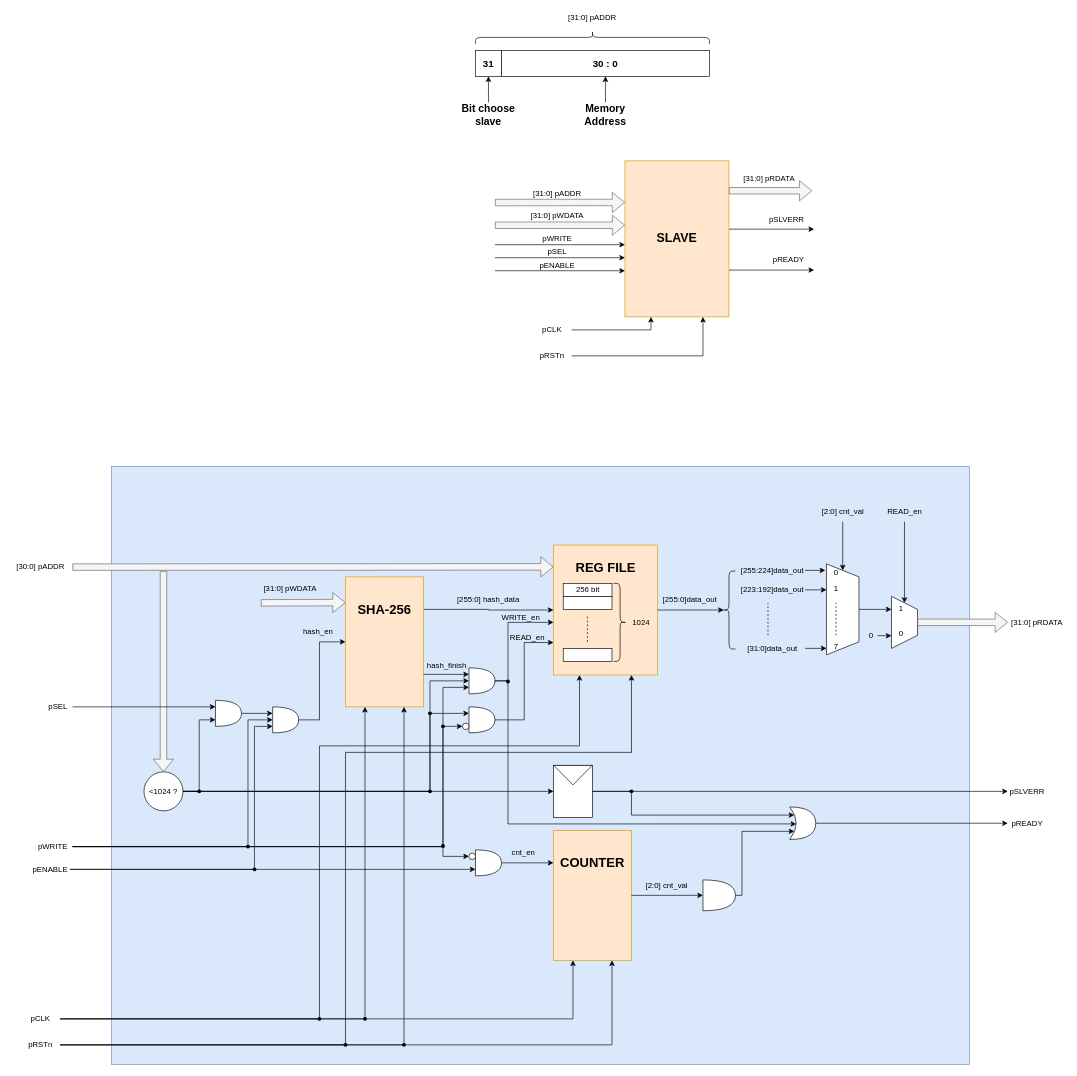
KimBao1912/APB_SHA256 keeps this draw.io diagram as page "APB_Slave" (8 of 8) of Diagram/Diagram.drawio. Above is the earlier version. Source tidied: cells renumbered, new cells numbered last; positions are measured from the earlier drawing's top-left corner, leaving out a move shared by most shapes. Both pictures are drawn from the tidied source at 65%, with x=0, y=0 at pixel (11, 11).
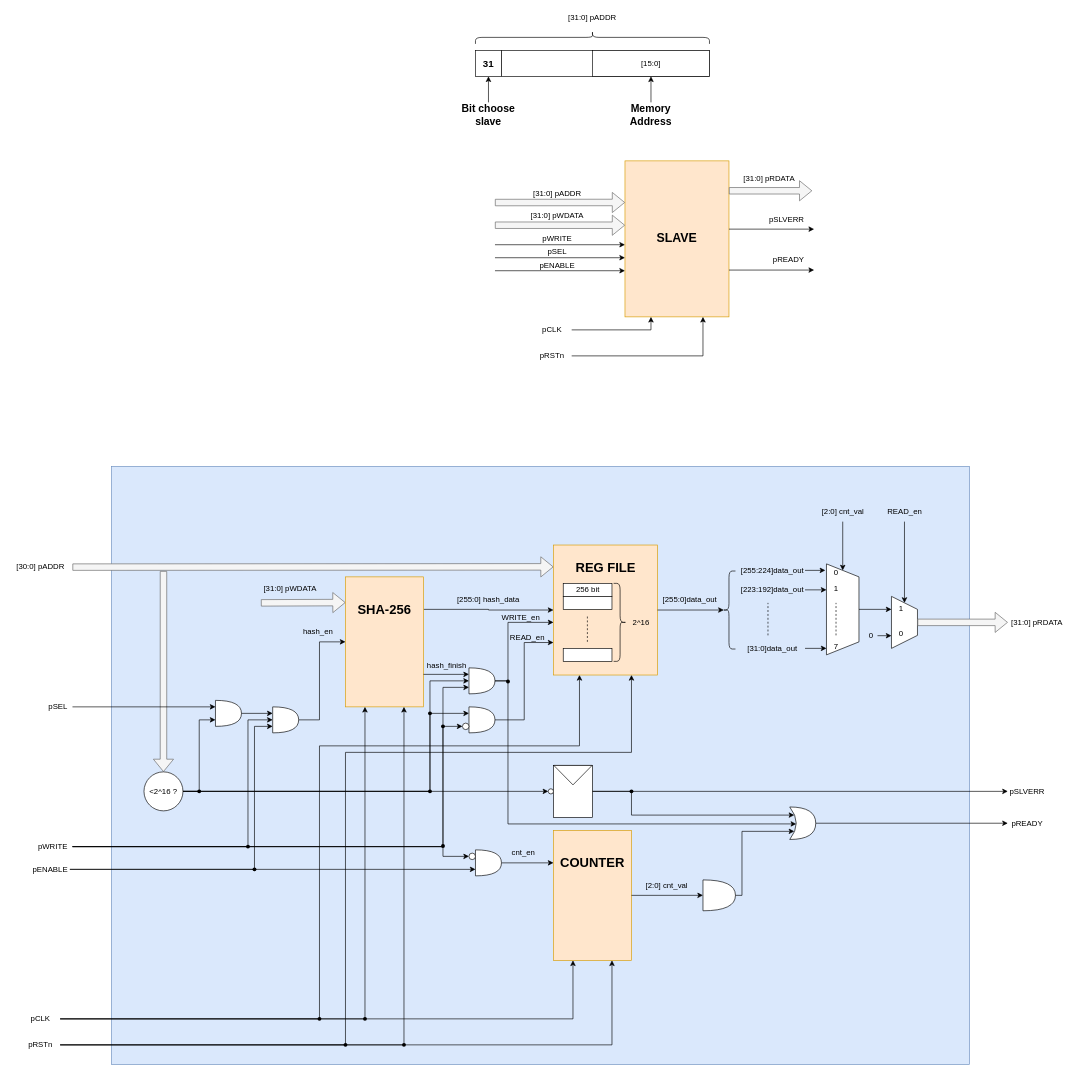
After the change.

Unchanged cells that the change refers to:
```xml
<mxCell id="38" style="rounded=0;whiteSpace=wrap;html=1;" parent="37" vertex="1">
  <mxGeometry x="40" width="320" height="40" as="geometry" />
</mxCell>
<mxCell id="80" style="ellipse;whiteSpace=wrap;html=1;" parent="1" vertex="1">
  <mxGeometry x="204" y="1170" width="60" height="60" as="geometry" />
</mxCell>
<mxCell id="115" style="rounded=0;whiteSpace=wrap;html=1;direction=south;" parent="1" vertex="1">
  <mxGeometry x="834" y="1160" width="60" height="80" as="geometry" />
</mxCell>
```

What changed in the source:
```diff
@@
     <mxCell id="37" style="group;" parent="1" vertex="1">
-      <mxGeometry x="714" y="60" width="360" height="40" as="geometry" />
+      <mxGeometry x="714" y="60" width="360" height="60" as="geometry" />
     </mxCell>
@@
-    <mxCell id="41" value="&lt;b&gt;&lt;font style=&quot;font-size: 15px;&quot;&gt;30 : 0&lt;/font&gt;&lt;/b&gt;" style="text;html=1;align=center;verticalAlign=middle;whiteSpace=wrap;rounded=0;" parent="37" vertex="1">
-      <mxGeometry x="175" y="5" width="50" height="30" as="geometry" />
-    </mxCell>
+    <mxCell id="152" style="rounded=0;whiteSpace=wrap;html=1;" parent="37" vertex="1">
+      <mxGeometry x="180" width="180" height="40" as="geometry" />
+    </mxCell>
+    <mxCell id="153" value="[15:0]" style="text;html=1;align=center;verticalAlign=middle;whiteSpace=wrap;rounded=0;" parent="37" vertex="1">
+      <mxGeometry x="240" y="5" width="60" height="30" as="geometry" />
+    </mxCell>
@@
-    <mxCell id="46" style="edgeStyle=orthogonalEdgeStyle;rounded=0;jettySize=auto;html=1;exitX=0.5;exitY=0;exitDx=0;exitDy=0;entryX=0.5;entryY=1;entryDx=0;entryDy=0;" parent="1" edge="1" source="47" target="38">
-      <mxGeometry relative="1" as="geometry" />
-    </mxCell>
+    <mxCell id="154" style="edgeStyle=orthogonalEdgeStyle;rounded=0;jettySize=auto;html=1;exitX=0.5;exitY=0;exitDx=0;exitDy=0;entryX=0.5;entryY=1;entryDx=0;entryDy=0;" parent="1" edge="1" source="47" target="152">
+      <mxGeometry relative="1" as="geometry" />
+    </mxCell>
     <mxCell id="47" value="&lt;b&gt;&lt;font style=&quot;font-size: 16px;&quot;&gt;Memory&lt;br&gt;Address&lt;/font&gt;&lt;/b&gt;" style="text;html=1;align=center;verticalAlign=middle;whiteSpace=wrap;rounded=0;" parent="1" vertex="1">
-      <mxGeometry x="864" y="140" width="100" height="40" as="geometry" />
+      <mxGeometry x="934" y="140" width="100" height="40" as="geometry" />
     </mxCell>
@@
-    <mxCell id="56" value="1024" style="text;html=1;align=center;verticalAlign=middle;whiteSpace=wrap;rounded=0;" parent="1" vertex="1">
+    <mxCell id="56" value="2^16" style="text;html=1;align=center;verticalAlign=middle;whiteSpace=wrap;rounded=0;" parent="1" vertex="1">
       <mxGeometry x="944" y="930" width="50" height="20" as="geometry" />
     </mxCell>
@@
-    <mxCell id="79" style="edgeStyle=orthogonalEdgeStyle;rounded=0;jettySize=auto;html=1;exitX=1;exitY=0.5;exitDx=0;exitDy=0;entryX=0.5;entryY=1;entryDx=0;entryDy=0;" parent="1" edge="1" source="80" target="115">
+    <mxCell id="79" style="edgeStyle=orthogonalEdgeStyle;rounded=0;jettySize=auto;html=1;exitX=1;exitY=0.5;exitDx=0;exitDy=0;entryX=0;entryY=0.5;entryDx=0;entryDy=0;" parent="1" edge="1" source="80" target="155">
       <mxGeometry relative="1" as="geometry" />
     </mxCell>
@@
-    <mxCell id="81" value="&amp;lt;1024 ?" style="text;html=1;align=center;verticalAlign=middle;whiteSpace=wrap;rounded=0;" parent="1" vertex="1">
+    <mxCell id="81" value="&amp;lt;2^16 ?" style="text;html=1;align=center;verticalAlign=middle;whiteSpace=wrap;rounded=0;" parent="1" vertex="1">
       <mxGeometry x="209" y="1187.5" width="50" height="25" as="geometry" />
     </mxCell>
@@
+    <mxCell id="155" style="ellipse;whiteSpace=wrap;html=1;" parent="1" vertex="1">
+      <mxGeometry x="826" y="1196" width="8" height="8" as="geometry" />
+    </mxCell>
```
